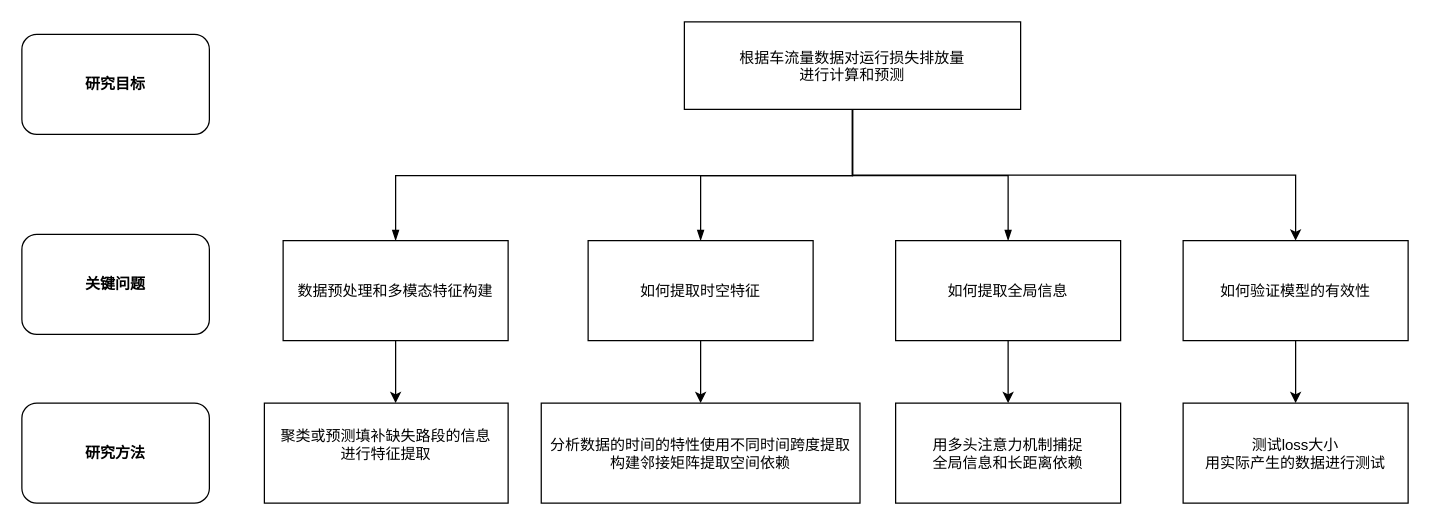
This is 未命名绘图.drawio from oldblackhui/USTC_class_resources, a draw.io file, before an edit. Source tidied: cells renumbered, new cells numbered last; positions are measured from the earlier drawing's top-left corner, leaving out a move shared by most shapes. Both pictures are drawn from the tidied source at 125%, with x=0, y=0 at pixel (21, 21).
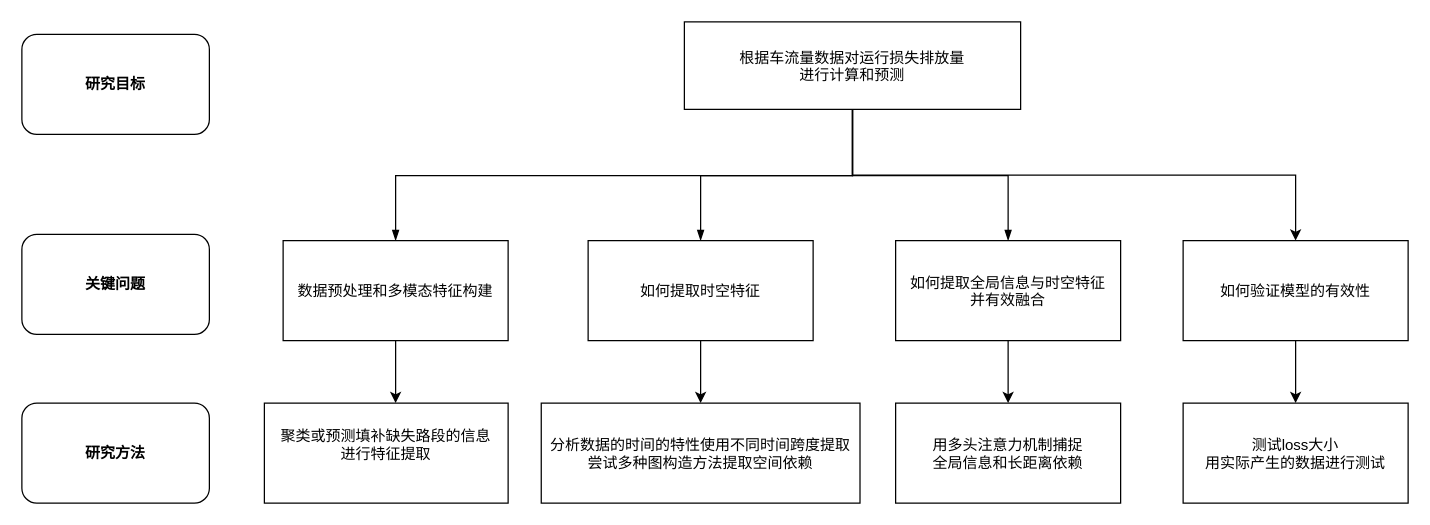
The same page after the edit.

Commit message:
更新未命名绘图.drawio

Diff of the diagram source:
```diff
@@
-    <mxCell id="14" value="如何提取全局信息" parent="1" vertex="1">
+    <mxCell id="14" value="如何提取全局信息与时空特征&#10;并有效融合" parent="1" vertex="1">
       <mxGeometry x="699" y="175" width="180" height="80" as="geometry" />
     </mxCell>
@@
-    <mxCell id="19" value="分析数据的时间的特性使用不同时间跨度提取&#10;构建邻接矩阵提取空间依赖" parent="1" vertex="1">
+    <mxCell id="19" value="分析数据的时间的特性使用不同时间跨度提取&#10;尝试多种图构造方法提取空间依赖" parent="1" vertex="1">
       <mxGeometry x="415.5" y="305" width="255" height="80" as="geometry" />
     </mxCell>
```
